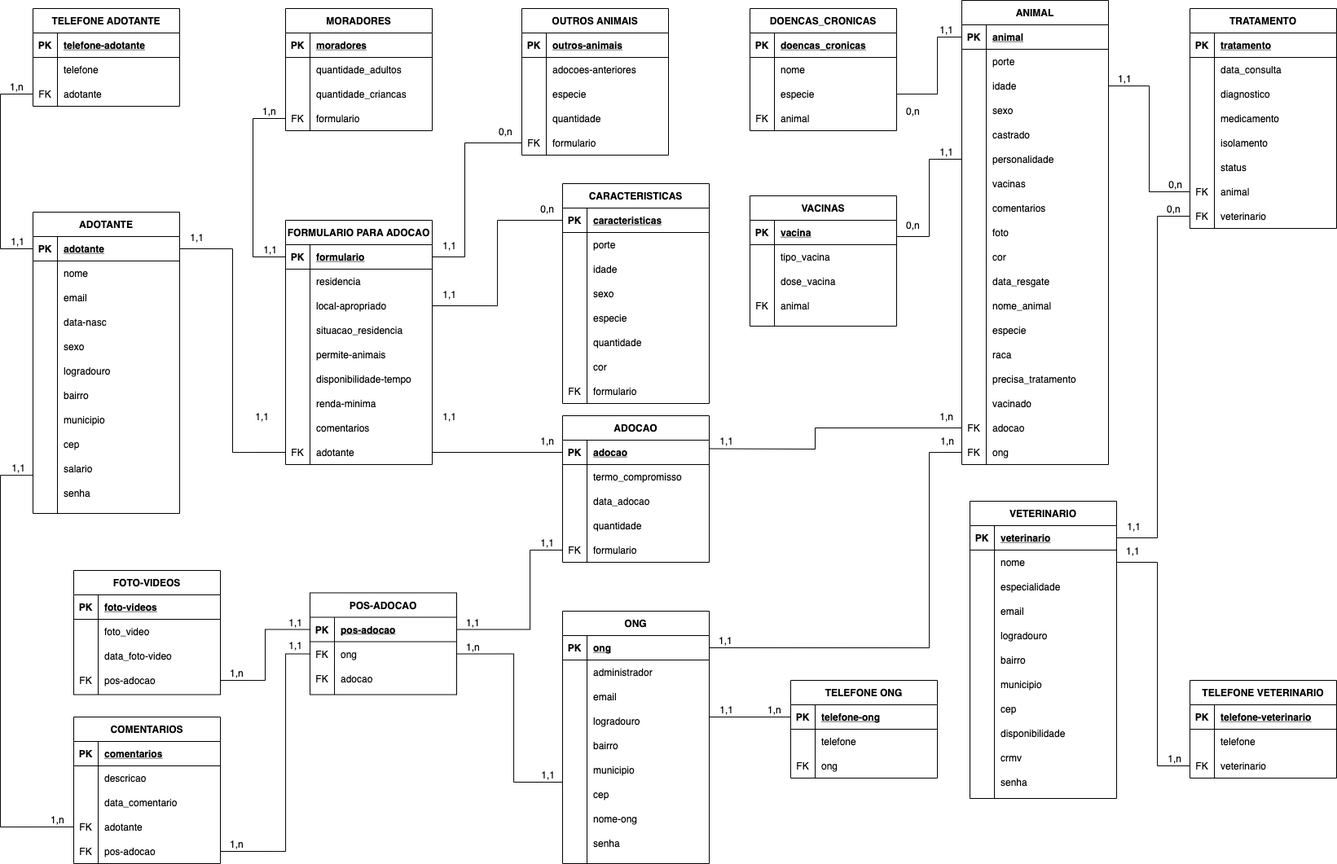
The draw.io diagram img/relacional.png in ICEI-PUC-Minas-PMV-SI/pmv-si-2021-2-e2-proj-bpm-t1-adocao_animal, before a commit. Source tidied: cells renumbered, new cells last; positions are measured from the earlier drawing's top-left corner, leaving out a move shared by most shapes.
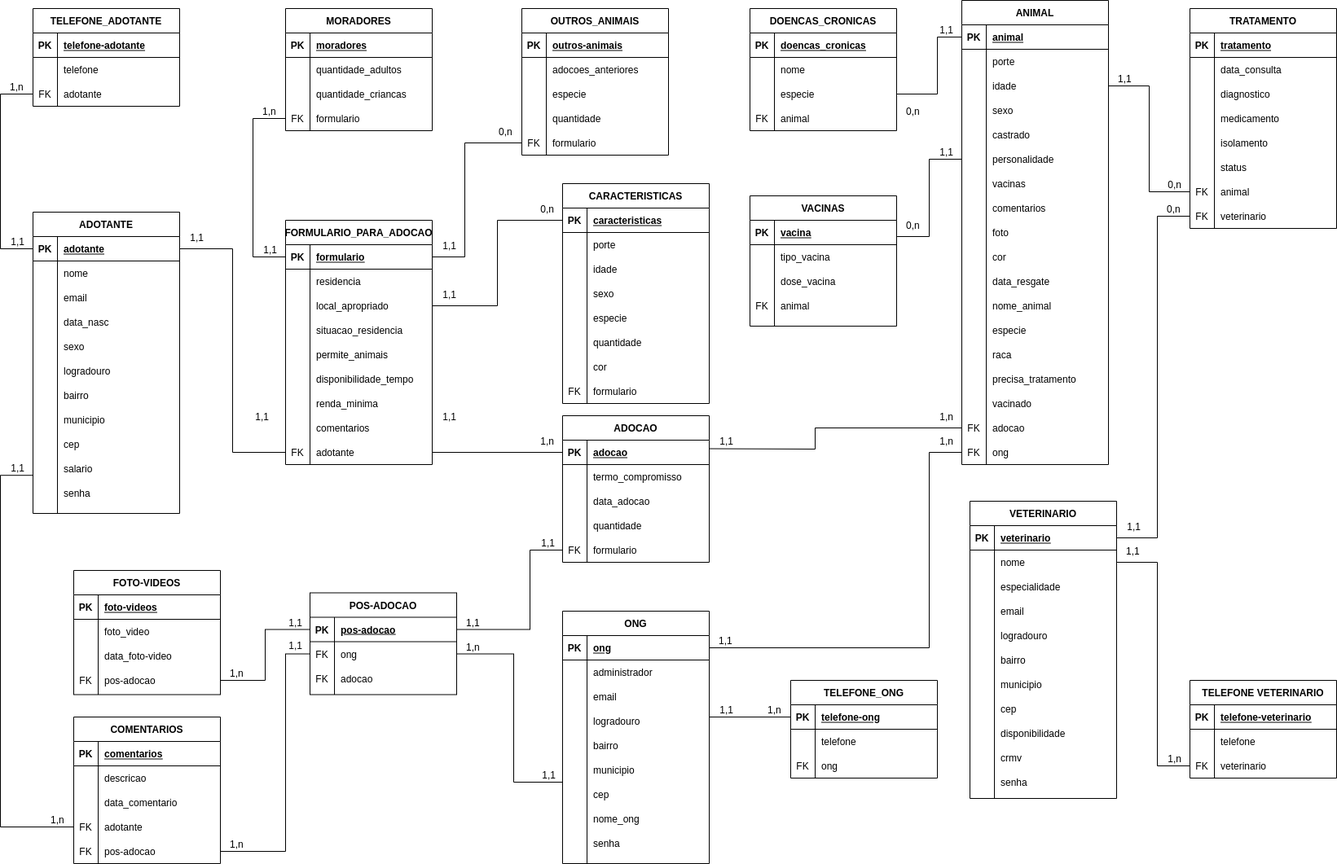
Later version of the same file.

Commit message:
correcao no modelo relacional

What changed in the source:
```diff
@@ -167,7 +167,7 @@
     <mxCell id="56" value="pos-adocao" style="shape=partialRectangle;fillColor=none;top=0;left=0;bottom=0;right=0;align=left;spacingLeft=6;overflow=hidden;" parent="54" vertex="1">
       <mxGeometry x="30" width="150" height="30" as="geometry" />
     </mxCell>
-    <mxCell id="57" value="TELEFONE ADOTANTE" style="shape=table;startSize=30;rowLines=0;fontStyle=1;align=center;" parent="1" vertex="1">
+    <mxCell id="57" value="TELEFONE_ADOTANTE" style="shape=table;startSize=30;rowLines=0;fontStyle=1;align=center;" parent="1" vertex="1">
       <mxGeometry x="40" y="10" width="180" height="120" as="geometry" />
     </mxCell>
     <mxCell id="58" style="shape=partialRectangle;fillColor=none;top=0;left=0;bottom=1;right=0;" parent="57" vertex="1">
@@ -233,7 +233,7 @@
     <mxCell id="78" style="shape=partialRectangle;fillColor=none;top=0;left=0;bottom=0;right=0;overflow=hidden;" parent="77" vertex="1">
       <mxGeometry width="30" height="30" as="geometry" />
     </mxCell>
-    <mxCell id="79" value="data-nasc" style="shape=partialRectangle;fillColor=none;top=0;left=0;bottom=0;right=0;align=left;spacingLeft=6;overflow=hidden;" parent="77" vertex="1">
+    <mxCell id="79" value="data_nasc" style="shape=partialRectangle;fillColor=none;top=0;left=0;bottom=0;right=0;align=left;spacingLeft=6;overflow=hidden;" parent="77" vertex="1">
       <mxGeometry x="30" width="150" height="30" as="geometry" />
     </mxCell>
     <mxCell id="80" style="shape=partialRectangle;fillColor=none;top=0;left=0;bottom=0;right=0;" parent="67" vertex="1">
@@ -438,7 +438,7 @@
     <mxCell id="136" style="shape=partialRectangle;fillColor=none;top=0;left=0;bottom=0;right=0;overflow=hidden;" parent="135" vertex="1">
       <mxGeometry width="30" height="30" as="geometry" />
     </mxCell>
-    <mxCell id="137" value="nome-ong" style="shape=partialRectangle;fillColor=none;top=0;left=0;bottom=0;right=0;align=left;spacingLeft=6;overflow=hidden;" parent="135" vertex="1">
+    <mxCell id="137" value="nome_ong" style="shape=partialRectangle;fillColor=none;top=0;left=0;bottom=0;right=0;align=left;spacingLeft=6;overflow=hidden;" parent="135" vertex="1">
       <mxGeometry x="30" width="150" height="30" as="geometry" />
     </mxCell>
     <mxCell id="138" style="shape=partialRectangle;fillColor=none;top=0;left=0;bottom=0;right=0;" parent="113" vertex="1">
@@ -898,7 +898,7 @@
     <mxCell id="283" value="veterinario" style="shape=partialRectangle;fillColor=none;top=0;left=0;bottom=0;right=0;align=left;spacingLeft=6;overflow=hidden;" parent="281" vertex="1">
       <mxGeometry x="30" width="150" height="30" as="geometry" />
     </mxCell>
-    <mxCell id="284" value="TELEFONE ONG" style="shape=table;startSize=30;rowLines=0;fontStyle=1;align=center;" parent="1" vertex="1">
+    <mxCell id="284" value="TELEFONE_ONG" style="shape=table;startSize=30;rowLines=0;fontStyle=1;align=center;" parent="1" vertex="1">
       <mxGeometry x="970" y="835" width="180" height="120" as="geometry" />
     </mxCell>
     <mxCell id="285" style="shape=partialRectangle;fillColor=none;top=0;left=0;bottom=1;right=0;points=[[0,0.5],[1,0.5]];portConstraint=eastwest;" parent="284" vertex="1">
@@ -1047,7 +1047,7 @@
     <mxCell id="314" value="1,n" style="html=1;align=right;verticalAlign=bottom;" parent="1" vertex="1">
       <mxGeometry x="1170" y="520" as="geometry" />
     </mxCell>
-    <mxCell id="315" value="FORMULARIO PARA ADOCAO" style="shape=table;startSize=30;rowLines=0;fontStyle=1;align=center;" parent="1" vertex="1">
+    <mxCell id="315" value="FORMULARIO_PARA_ADOCAO" style="shape=table;startSize=30;rowLines=0;fontStyle=1;align=center;" parent="1" vertex="1">
       <mxGeometry x="350" y="270" width="180" height="300" as="geometry" />
     </mxCell>
     <mxCell id="316" style="shape=partialRectangle;fillColor=none;top=0;left=0;bottom=1;right=0;points=[[0,0.5],[1,0.5]];portConstraint=eastwest;" parent="315" vertex="1">
@@ -1074,7 +1074,7 @@
     <mxCell id="323" style="shape=partialRectangle;fillColor=none;top=0;left=0;bottom=0;right=0;overflow=hidden;" parent="322" vertex="1">
       <mxGeometry width="30" height="30" as="geometry" />
     </mxCell>
-    <mxCell id="324" value="local-apropriado" style="shape=partialRectangle;fillColor=none;top=0;left=0;bottom=0;right=0;align=left;spacingLeft=6;overflow=hidden;" parent="322" vertex="1">
+    <mxCell id="324" value="local_apropriado" style="shape=partialRectangle;fillColor=none;top=0;left=0;bottom=0;right=0;align=left;spacingLeft=6;overflow=hidden;" parent="322" vertex="1">
       <mxGeometry x="30" width="150" height="30" as="geometry" />
     </mxCell>
     <mxCell id="325" style="shape=partialRectangle;fillColor=none;top=0;left=0;bottom=0;right=0;" parent="315" vertex="1">
@@ -1092,7 +1092,7 @@
     <mxCell id="329" style="shape=partialRectangle;fillColor=none;top=0;left=0;bottom=0;right=0;overflow=hidden;" parent="328" vertex="1">
       <mxGeometry width="30" height="30" as="geometry" />
     </mxCell>
-    <mxCell id="330" value="permite-animais" style="shape=partialRectangle;fillColor=none;top=0;left=0;bottom=0;right=0;align=left;spacingLeft=6;overflow=hidden;" parent="328" vertex="1">
+    <mxCell id="330" value="permite_animais" style="shape=partialRectangle;fillColor=none;top=0;left=0;bottom=0;right=0;align=left;spacingLeft=6;overflow=hidden;" parent="328" vertex="1">
       <mxGeometry x="30" width="150" height="30" as="geometry" />
     </mxCell>
     <mxCell id="331" style="shape=partialRectangle;fillColor=none;top=0;left=0;bottom=0;right=0;" parent="315" vertex="1">
@@ -1101,7 +1101,7 @@
     <mxCell id="332" style="shape=partialRectangle;fillColor=none;top=0;left=0;bottom=0;right=0;overflow=hidden;" parent="331" vertex="1">
       <mxGeometry width="30" height="30" as="geometry" />
     </mxCell>
-    <mxCell id="333" value="disponibilidade-tempo" style="shape=partialRectangle;fillColor=none;top=0;left=0;bottom=0;right=0;align=left;spacingLeft=6;overflow=hidden;" parent="331" vertex="1">
+    <mxCell id="333" value="disponibilidade_tempo" style="shape=partialRectangle;fillColor=none;top=0;left=0;bottom=0;right=0;align=left;spacingLeft=6;overflow=hidden;" parent="331" vertex="1">
       <mxGeometry x="30" width="150" height="30" as="geometry" />
     </mxCell>
     <mxCell id="334" style="shape=partialRectangle;fillColor=none;top=0;left=0;bottom=0;right=0;" parent="315" vertex="1">
@@ -1110,7 +1110,7 @@
     <mxCell id="335" style="shape=partialRectangle;fillColor=none;top=0;left=0;bottom=0;right=0;overflow=hidden;" parent="334" vertex="1">
       <mxGeometry width="30" height="30" as="geometry" />
     </mxCell>
-    <mxCell id="336" value="renda-minima" style="shape=partialRectangle;fillColor=none;top=0;left=0;bottom=0;right=0;align=left;spacingLeft=6;overflow=hidden;" parent="334" vertex="1">
+    <mxCell id="336" value="renda_minima" style="shape=partialRectangle;fillColor=none;top=0;left=0;bottom=0;right=0;align=left;spacingLeft=6;overflow=hidden;" parent="334" vertex="1">
       <mxGeometry x="30" width="150" height="30" as="geometry" />
     </mxCell>
     <mxCell id="337" style="shape=partialRectangle;fillColor=none;top=0;left=0;bottom=0;right=0;" parent="315" vertex="1">
@@ -1245,7 +1245,7 @@
     <mxCell id="380" value="formulario" style="shape=partialRectangle;fillColor=none;top=0;left=0;bottom=0;right=0;align=left;spacingLeft=6;overflow=hidden;" parent="378" vertex="1">
       <mxGeometry x="30" width="150" height="30" as="geometry" />
     </mxCell>
-    <mxCell id="381" value="OUTROS ANIMAIS" style="shape=table;startSize=30;rowLines=0;fontStyle=1;align=center;" parent="1" vertex="1">
+    <mxCell id="381" value="OUTROS_ANIMAIS" style="shape=table;startSize=30;rowLines=0;fontStyle=1;align=center;" parent="1" vertex="1">
       <mxGeometry x="640" y="10" width="180" height="180" as="geometry" />
     </mxCell>
     <mxCell id="382" style="shape=partialRectangle;fillColor=none;top=0;left=0;bottom=1;right=0;" parent="381" vertex="1">
@@ -1263,7 +1263,7 @@
     <mxCell id="386" style="shape=partialRectangle;fillColor=none;top=0;left=0;bottom=0;right=0;overflow=hidden;" parent="385" vertex="1">
       <mxGeometry width="30" height="30" as="geometry" />
     </mxCell>
-    <mxCell id="387" value="adocoes-anteriores" style="shape=partialRectangle;fillColor=none;top=0;left=0;bottom=0;right=0;align=left;spacingLeft=6;overflow=hidden;" parent="385" vertex="1">
+    <mxCell id="387" value="adocoes_anteriores" style="shape=partialRectangle;fillColor=none;top=0;left=0;bottom=0;right=0;align=left;spacingLeft=6;overflow=hidden;" parent="385" vertex="1">
       <mxGeometry x="30" width="150" height="30" as="geometry" />
     </mxCell>
     <mxCell id="388" style="shape=partialRectangle;fillColor=none;top=0;left=0;bottom=0;right=0;" parent="381" vertex="1">
```
